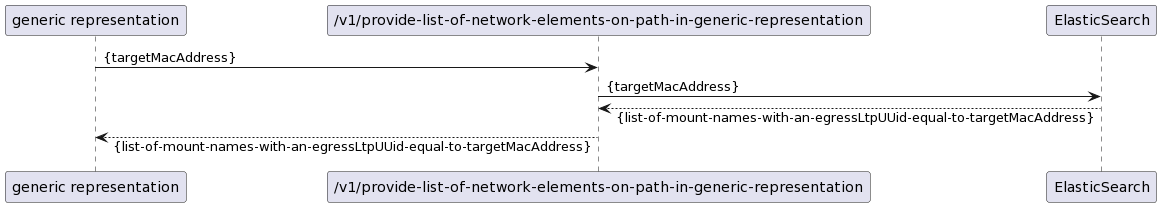
openBackhaul/MacAddressTableRecorder keeps this PlantUML diagram as spec/diagrams/forwardingProvideListOfMacAddressEgressInterfaces.png. Above is the earlier version.
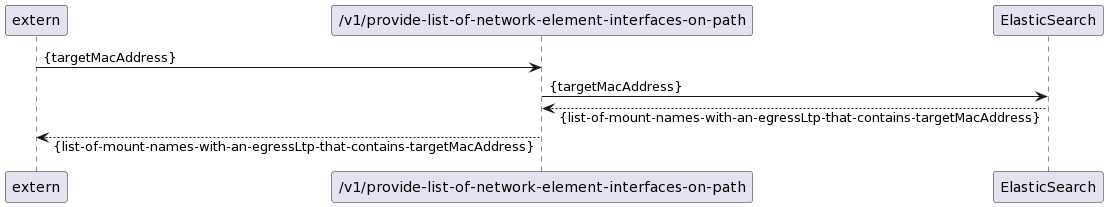
Later version of the same file.

What changed in the source:
```diff
@@ -1,10 +1,10 @@
 @startuml
 skinparam responseMessageBelowArrow true
 
-"generic representation" -> "/v1/provide-list-of-network-elements-on-path-in-generic-representation": {targetMacAddress}
+"extern" -> "/v1/provide-list-of-network-element-interfaces-on-path": {targetMacAddress}
 
-"/v1/provide-list-of-network-elements-on-path-in-generic-representation" -> "ElasticSearch": {targetMacAddress}
-"ElasticSearch" --> "/v1/provide-list-of-network-elements-on-path-in-generic-representation": {list-of-mount-names-with-an-egressLtpUUid-equal-to-targetMacAddress}
+"/v1/provide-list-of-network-element-interfaces-on-path" -> "ElasticSearch": {targetMacAddress}
+"ElasticSearch" --> "/v1/provide-list-of-network-element-interfaces-on-path": {list-of-mount-names-with-an-egressLtp-that-contains-targetMacAddress}
 
-"/v1/provide-list-of-network-elements-on-path-in-generic-representation" --> "generic representation": {list-of-mount-names-with-an-egressLtpUUid-equal-to-targetMacAddress}
+"/v1/provide-list-of-network-element-interfaces-on-path" --> "extern": {list-of-mount-names-with-an-egressLtp-that-contains-targetMacAddress}
 @enduml
```
